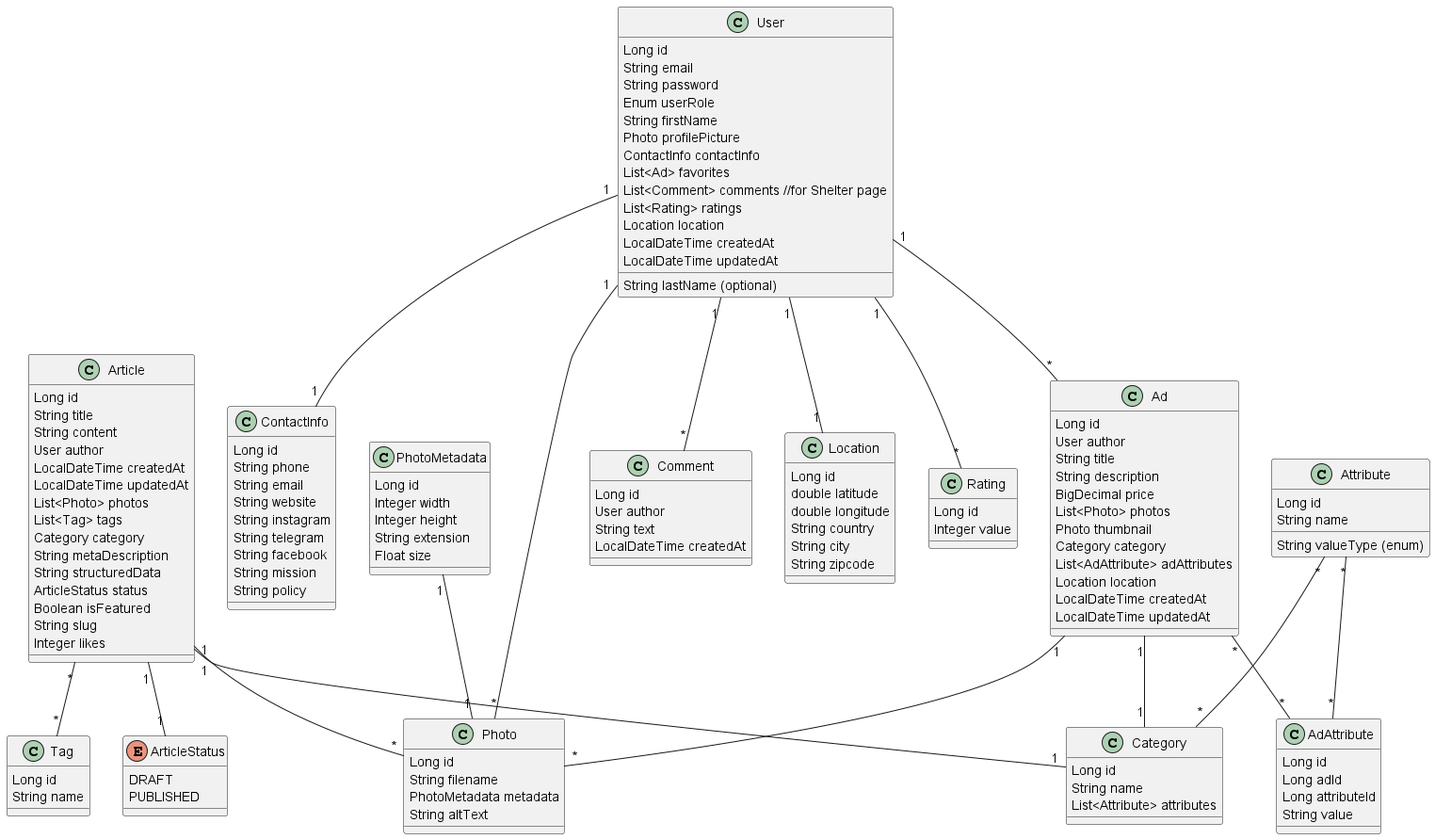
The PlantUML diagram docs/news-feature/article-class-diagram/article-class-diagram.png in OleksandrProkopenkoDev/marketplace, before a commit.
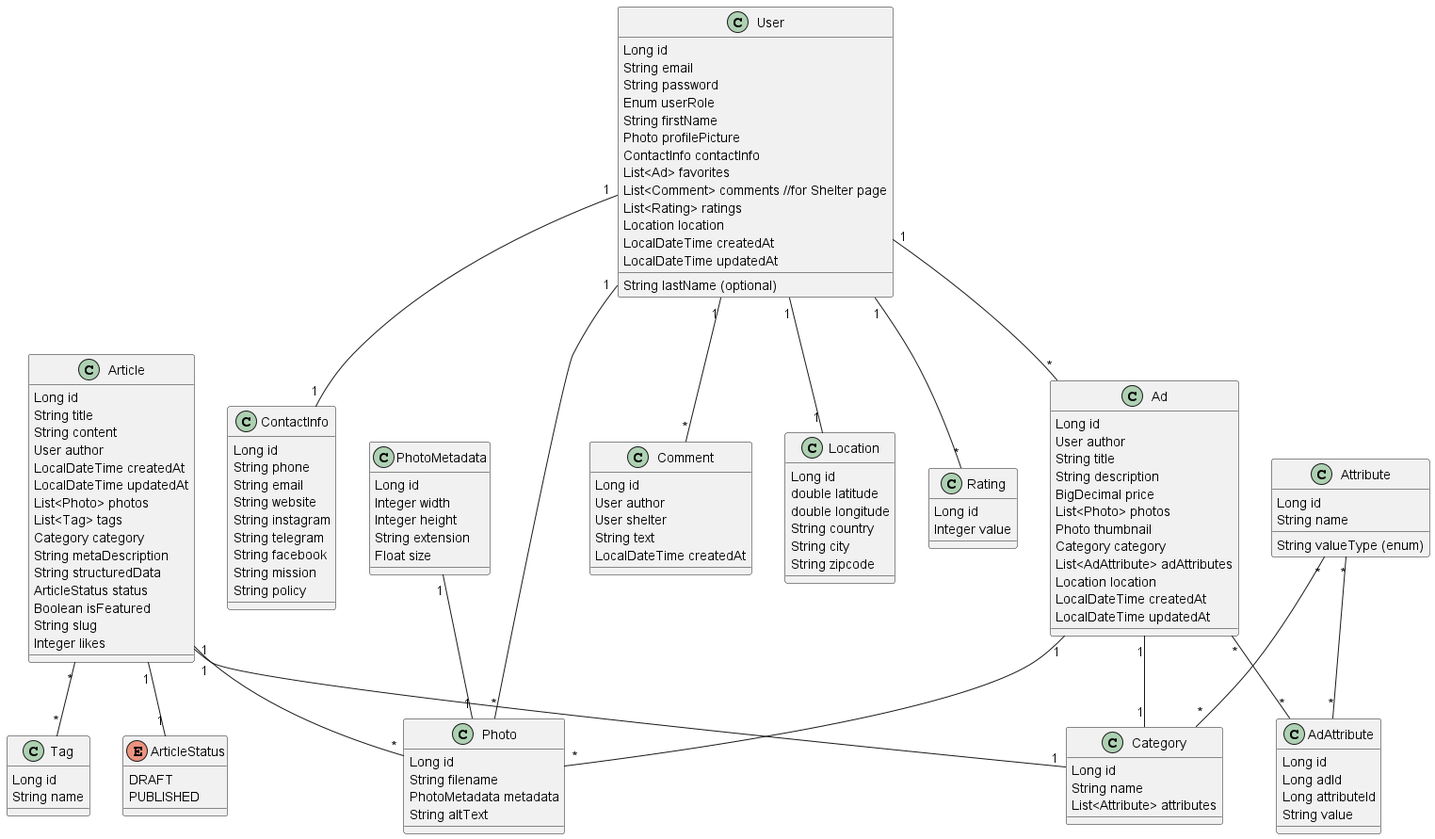
The same file after the commit.

Commit message:
updated class diagram

The edit, as a diff of the source:
```diff
@@ -26,6 +26,7 @@
 class Comment {
   Long id
   User author
+  User shelter
   String text
   LocalDateTime createdAt
 }
```
